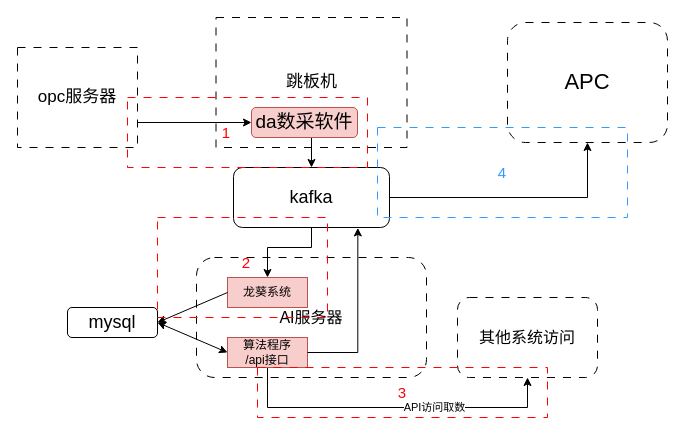
This is 未命名绘图.drawio from 729973389/picture, a draw.io file, before an edit. Source tidied: cells renumbered, new cells numbered last; positions are measured from the earlier drawing's top-left corner, leaving out a move shared by most shapes. Both pictures are drawn from the tidied source at 100%, with x=0, y=0 at pixel (17, 17).
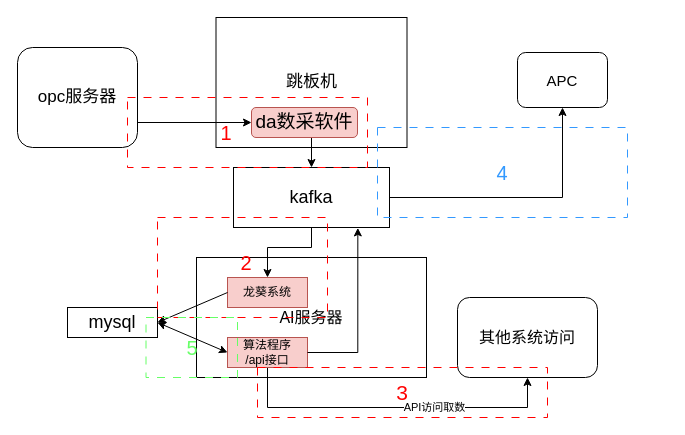
The same page after the edit.

Commit message:
更新未命名绘图.drawio

Change to the diagram source:
```diff
@@
-    <mxCell id="2" value="&lt;font style=&quot;font-size: 17px;&quot;&gt;跳板机&lt;/font&gt;" style="rounded=0;whiteSpace=wrap;html=1;dashed=1;dashPattern=8 8;" parent="1" vertex="1">
+    <mxCell id="2" value="&lt;font style=&quot;font-size: 17px;&quot;&gt;跳板机&lt;/font&gt;" style="rounded=0;whiteSpace=wrap;html=1;" parent="1" vertex="1">
       <mxGeometry x="198.5" width="191" height="130" as="geometry" />
     </mxCell>
@@
-    <mxCell id="5" value="&lt;font style=&quot;font-size: 16px;&quot;&gt;AI服务器&lt;/font&gt;" style="rounded=1;whiteSpace=wrap;html=1;dashed=1;dashPattern=8 8;" parent="1" vertex="1">
+    <mxCell id="5" value="&lt;font style=&quot;font-size: 16px;&quot;&gt;AI服务器&lt;/font&gt;" style="rounded=0;whiteSpace=wrap;html=1;" parent="1" vertex="1">
       <mxGeometry x="179" y="240" width="230" height="120" as="geometry" />
     </mxCell>
@@
-    <mxCell id="8" value="&lt;font style=&quot;font-size: 18px;&quot;&gt;kafka&lt;/font&gt;" style="rounded=1;whiteSpace=wrap;html=1;" parent="1" vertex="1">
+    <mxCell id="8" value="&lt;font style=&quot;font-size: 18px;&quot;&gt;kafka&lt;/font&gt;" style="rounded=0;whiteSpace=wrap;html=1;" parent="1" vertex="1">
       <mxGeometry x="216" y="150" width="156" height="60" as="geometry" />
     </mxCell>
@@
-    <mxCell id="10" value="&lt;font style=&quot;font-size: 18px;&quot;&gt;mysql&lt;/font&gt;" style="rounded=1;whiteSpace=wrap;html=1;" parent="1" vertex="1">
+    <mxCell id="10" value="&lt;font style=&quot;font-size: 18px;&quot;&gt;mysql&lt;/font&gt;" style="rounded=0;whiteSpace=wrap;html=1;" parent="1" vertex="1">
       <mxGeometry x="50" y="290" width="90" height="30" as="geometry" />
     </mxCell>
@@
-    <mxCell id="15" value="&lt;span style=&quot;font-size: 17px;&quot;&gt;opc服务器&lt;/span&gt;" style="rounded=0;whiteSpace=wrap;html=1;dashed=1;dashPattern=8 8;" parent="1" vertex="1">
+    <mxCell id="15" value="&lt;span style=&quot;font-size: 17px;&quot;&gt;opc服务器&lt;/span&gt;" style="rounded=1;whiteSpace=wrap;html=1;" parent="1" vertex="1">
       <mxGeometry y="30" width="120" height="100" as="geometry" />
     </mxCell>
-    <mxCell id="16" value="&lt;font style=&quot;font-size: 16px;&quot;&gt;其他系统访问&lt;/font&gt;" style="rounded=1;whiteSpace=wrap;html=1;dashed=1;dashPattern=8 8;" parent="1" vertex="1">
+    <mxCell id="16" value="&lt;font style=&quot;font-size: 16px;&quot;&gt;其他系统访问&lt;/font&gt;" style="rounded=1;whiteSpace=wrap;html=1;" parent="1" vertex="1">
       <mxGeometry x="440" y="280" width="140" height="80" as="geometry" />
     </mxCell>
@@
-    <mxCell id="18" value="&lt;font style=&quot;font-size: 22px;&quot;&gt;APC&lt;/font&gt;" style="rounded=1;whiteSpace=wrap;html=1;dashed=1;dashPattern=8 8;" parent="1" vertex="1">
-      <mxGeometry x="490" y="5" width="160" height="120" as="geometry" />
+    <mxCell id="18" value="&lt;font style=&quot;font-size: 15px;&quot;&gt;APC&lt;/font&gt;" style="rounded=1;whiteSpace=wrap;html=1;" parent="1" vertex="1">
+      <mxGeometry x="500" y="35" width="90" height="55" as="geometry" />
     </mxCell>
@@
-    <mxCell id="24" value="&lt;font style=&quot;color: rgb(255, 0, 0); font-size: 15px;&quot;&gt;1&lt;/font&gt;" style="text;html=1;whiteSpace=wrap;strokeColor=none;fillColor=none;align=center;verticalAlign=middle;rounded=0;" parent="1" vertex="1">
+    <mxCell id="24" value="&lt;font style=&quot;color: rgb(255, 0, 0); font-size: 20px;&quot;&gt;1&lt;/font&gt;" style="text;html=1;whiteSpace=wrap;strokeColor=none;fillColor=none;align=center;verticalAlign=middle;rounded=0;" parent="1" vertex="1">
       <mxGeometry x="179" y="100" width="60" height="30" as="geometry" />
     </mxCell>
-    <mxCell id="25" value="&lt;font style=&quot;color: rgb(255, 0, 0); font-size: 15px;&quot;&gt;2&lt;/font&gt;" style="text;html=1;whiteSpace=wrap;strokeColor=none;fillColor=none;align=center;verticalAlign=middle;rounded=0;" parent="1" vertex="1">
+    <mxCell id="25" value="&lt;font style=&quot;color: rgb(255, 0, 0); font-size: 20px;&quot;&gt;2&lt;/font&gt;" style="text;html=1;whiteSpace=wrap;strokeColor=none;fillColor=none;align=center;verticalAlign=middle;rounded=0;" parent="1" vertex="1">
       <mxGeometry x="198.5" y="230" width="60" height="30" as="geometry" />
     </mxCell>
-    <mxCell id="26" value="&lt;font style=&quot;color: rgb(255, 0, 0); font-size: 15px;&quot;&gt;3&lt;/font&gt;" style="text;html=1;whiteSpace=wrap;strokeColor=none;fillColor=none;align=center;verticalAlign=middle;rounded=0;" parent="1" vertex="1">
+    <mxCell id="26" value="&lt;font style=&quot;color: rgb(255, 0, 0); font-size: 21px;&quot;&gt;3&lt;/font&gt;" style="text;html=1;whiteSpace=wrap;strokeColor=none;fillColor=none;align=center;verticalAlign=middle;rounded=0;" parent="1" vertex="1">
       <mxGeometry x="355" y="360" width="60" height="30" as="geometry" />
     </mxCell>
-    <mxCell id="27" value="&lt;font style=&quot;font-size: 15px; color: rgb(51, 153, 255);&quot;&gt;4&lt;/font&gt;" style="rounded=0;whiteSpace=wrap;html=1;fillColor=none;strokeColor=#3399FF;dashed=1;dashPattern=8 8;" parent="1" vertex="1">
+    <mxCell id="27" value="&lt;font style=&quot;color: rgb(51, 153, 255); font-size: 20px;&quot;&gt;4&lt;/font&gt;" style="rounded=0;whiteSpace=wrap;html=1;fillColor=none;strokeColor=#3399FF;dashed=1;dashPattern=8 8;" parent="1" vertex="1">
       <mxGeometry x="360" y="110" width="250" height="90" as="geometry" />
     </mxCell>
+    <mxCell id="28" value="&lt;font style=&quot;color: rgb(102, 255, 102); font-size: 20px;&quot;&gt;5&lt;/font&gt;" style="rounded=0;whiteSpace=wrap;html=1;fillColor=none;strokeColor=#66FF66;dashed=1;dashPattern=8 8;" parent="1" vertex="1">
+      <mxGeometry x="128.5" y="300" width="91.5" height="60" as="geometry" />
+    </mxCell>
```
